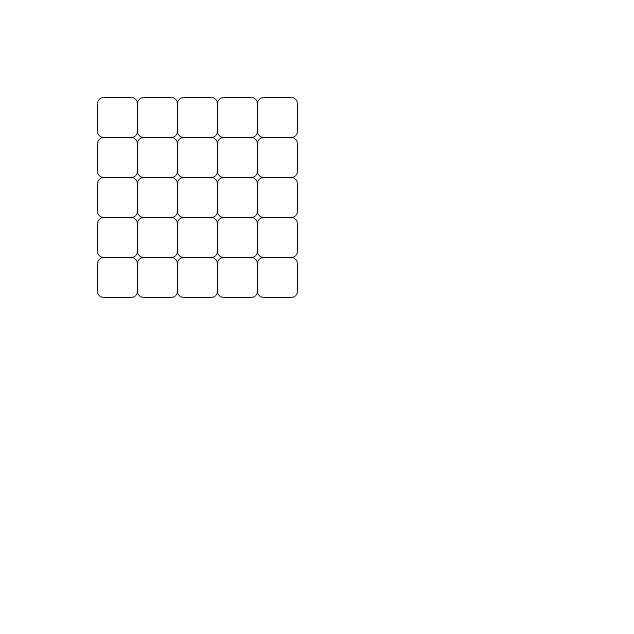
The draw.io diagram page "Problem2_sol1_1" (8 of 13) of AOA_COP5615/project/aoa.drawio in bakerston/Algorithm, before the edit. Source tidied: cells renumbered, new cells numbered last; positions are measured from the earlier drawing's top-left corner, leaving out a move shared by most shapes. Both pictures are drawn from the tidied source at 100%, with x=0, y=0 at pixel (97, 97).
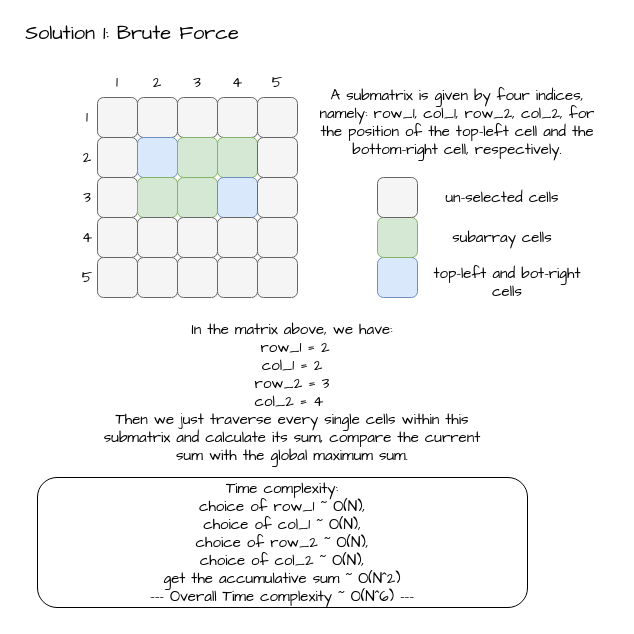
Above is the later version.

Diff of the diagram source:
```diff
@@
+    <mxCell id="27" style="rounded=0;whiteSpace=wrap;html=1;fontFamily=Comic Sans MS;fontSize=15;fillColor=default;strokeColor=none;" parent="1" vertex="1">
+      <mxGeometry x="-80" y="-80" width="600" height="600" as="geometry" />
+    </mxCell>
-    <mxCell id="2" style="rounded=1;whiteSpace=wrap;html=1;fontFamily=Comic Sans MS;fontSize=15;fontColor=#000000;fillColor=none;" parent="1" vertex="1">
+    <mxCell id="2" style="rounded=1;whiteSpace=wrap;html=1;fontFamily=Comic Sans MS;fontSize=15;fontColor=#333333;fillColor=#f5f5f5;strokeColor=#666666;" parent="1" vertex="1">
       <mxGeometry width="40" height="40" as="geometry" />
     </mxCell>
-    <mxCell id="3" style="rounded=1;whiteSpace=wrap;html=1;fontFamily=Comic Sans MS;fontSize=15;fontColor=#000000;fillColor=none;" parent="1" vertex="1">
+    <mxCell id="3" style="rounded=1;whiteSpace=wrap;html=1;fontFamily=Comic Sans MS;fontSize=15;fontColor=#333333;fillColor=#f5f5f5;strokeColor=#666666;" parent="1" vertex="1">
       <mxGeometry x="40" width="40" height="40" as="geometry" />
     </mxCell>
-    <mxCell id="4" style="rounded=1;whiteSpace=wrap;html=1;fontFamily=Comic Sans MS;fontSize=15;fontColor=#000000;fillColor=none;" parent="1" vertex="1">
+    <mxCell id="4" style="rounded=1;whiteSpace=wrap;html=1;fontFamily=Comic Sans MS;fontSize=15;fontColor=#333333;fillColor=#f5f5f5;strokeColor=#666666;" parent="1" vertex="1">
       <mxGeometry x="80" width="40" height="40" as="geometry" />
     </mxCell>
-    <mxCell id="5" style="rounded=1;whiteSpace=wrap;html=1;fontFamily=Comic Sans MS;fontSize=15;fontColor=#000000;fillColor=none;" parent="1" vertex="1">
+    <mxCell id="5" style="rounded=1;whiteSpace=wrap;html=1;fontFamily=Comic Sans MS;fontSize=15;fontColor=#333333;fillColor=#f5f5f5;strokeColor=#666666;" parent="1" vertex="1">
       <mxGeometry x="120" width="40" height="40" as="geometry" />
     </mxCell>
-    <mxCell id="6" style="rounded=1;whiteSpace=wrap;html=1;fontFamily=Comic Sans MS;fontSize=15;fontColor=#000000;fillColor=none;" parent="1" vertex="1">
+    <mxCell id="6" style="rounded=1;whiteSpace=wrap;html=1;fontFamily=Comic Sans MS;fontSize=15;fontColor=#333333;fillColor=#f5f5f5;strokeColor=#666666;" parent="1" vertex="1">
       <mxGeometry x="160" width="40" height="40" as="geometry" />
     </mxCell>
-    <mxCell id="7" style="rounded=1;whiteSpace=wrap;html=1;fontFamily=Comic Sans MS;fontSize=15;fontColor=#000000;fillColor=none;" parent="1" vertex="1">
+    <mxCell id="7" style="rounded=1;whiteSpace=wrap;html=1;fontFamily=Comic Sans MS;fontSize=15;fontColor=#333333;fillColor=#f5f5f5;strokeColor=#666666;" parent="1" vertex="1">
       <mxGeometry y="40" width="40" height="40" as="geometry" />
     </mxCell>
-    <mxCell id="8" style="rounded=1;whiteSpace=wrap;html=1;fontFamily=Comic Sans MS;fontSize=15;fontColor=#000000;fillColor=none;" parent="1" vertex="1">
+    <mxCell id="8" style="rounded=1;whiteSpace=wrap;html=1;fontFamily=Comic Sans MS;fontSize=15;fillColor=#dae8fc;strokeColor=#6c8ebf;" parent="1" vertex="1">
       <mxGeometry x="40" y="40" width="40" height="40" as="geometry" />
     </mxCell>
-    <mxCell id="9" style="rounded=1;whiteSpace=wrap;html=1;fontFamily=Comic Sans MS;fontSize=15;fontColor=#000000;fillColor=none;" parent="1" vertex="1">
+    <mxCell id="9" style="rounded=1;whiteSpace=wrap;html=1;fontFamily=Comic Sans MS;fontSize=15;fillColor=#d5e8d4;strokeColor=#82b366;" parent="1" vertex="1">
       <mxGeometry x="80" y="40" width="40" height="40" as="geometry" />
     </mxCell>
-    <mxCell id="10" style="rounded=1;whiteSpace=wrap;html=1;fontFamily=Comic Sans MS;fontSize=15;fontColor=#000000;fillColor=none;" parent="1" vertex="1">
+    <mxCell id="10" style="rounded=1;whiteSpace=wrap;html=1;fontFamily=Comic Sans MS;fontSize=15;fillColor=#d5e8d4;strokeColor=#82b366;" parent="1" vertex="1">
       <mxGeometry x="120" y="40" width="40" height="40" as="geometry" />
     </mxCell>
-    <mxCell id="11" style="rounded=1;whiteSpace=wrap;html=1;fontFamily=Comic Sans MS;fontSize=15;fontColor=#000000;fillColor=none;" parent="1" vertex="1">
+    <mxCell id="11" style="rounded=1;whiteSpace=wrap;html=1;fontFamily=Comic Sans MS;fontSize=15;fontColor=#333333;fillColor=#f5f5f5;strokeColor=#666666;" parent="1" vertex="1">
       <mxGeometry x="160" y="40" width="40" height="40" as="geometry" />
     </mxCell>
-    <mxCell id="12" style="rounded=1;whiteSpace=wrap;html=1;fontFamily=Comic Sans MS;fontSize=15;fontColor=#000000;fillColor=none;" parent="1" vertex="1">
+    <mxCell id="12" style="rounded=1;whiteSpace=wrap;html=1;fontFamily=Comic Sans MS;fontSize=15;fontColor=#333333;fillColor=#f5f5f5;strokeColor=#666666;" parent="1" vertex="1">
       <mxGeometry y="80" width="40" height="40" as="geometry" />
     </mxCell>
-    <mxCell id="13" style="rounded=1;whiteSpace=wrap;html=1;fontFamily=Comic Sans MS;fontSize=15;fontColor=#000000;fillColor=none;" parent="1" vertex="1">
+    <mxCell id="13" style="rounded=1;whiteSpace=wrap;html=1;fontFamily=Comic Sans MS;fontSize=15;fillColor=#d5e8d4;strokeColor=#82b366;" parent="1" vertex="1">
       <mxGeometry x="40" y="80" width="40" height="40" as="geometry" />
     </mxCell>
-    <mxCell id="14" style="rounded=1;whiteSpace=wrap;html=1;fontFamily=Comic Sans MS;fontSize=15;fontColor=#000000;fillColor=none;" parent="1" vertex="1">
+    <mxCell id="14" style="rounded=1;whiteSpace=wrap;html=1;fontFamily=Comic Sans MS;fontSize=15;fillColor=#d5e8d4;strokeColor=#82b366;" parent="1" vertex="1">
       <mxGeometry x="80" y="80" width="40" height="40" as="geometry" />
     </mxCell>
-    <mxCell id="15" style="rounded=1;whiteSpace=wrap;html=1;fontFamily=Comic Sans MS;fontSize=15;fontColor=#000000;fillColor=none;" parent="1" vertex="1">
+    <mxCell id="15" style="rounded=1;whiteSpace=wrap;html=1;fontFamily=Comic Sans MS;fontSize=15;fillColor=#dae8fc;strokeColor=#6c8ebf;" parent="1" vertex="1">
       <mxGeometry x="120" y="80" width="40" height="40" as="geometry" />
     </mxCell>
-    <mxCell id="16" style="rounded=1;whiteSpace=wrap;html=1;fontFamily=Comic Sans MS;fontSize=15;fontColor=#000000;fillColor=none;" parent="1" vertex="1">
+    <mxCell id="16" style="rounded=1;whiteSpace=wrap;html=1;fontFamily=Comic Sans MS;fontSize=15;fontColor=#333333;fillColor=#f5f5f5;strokeColor=#666666;" parent="1" vertex="1">
       <mxGeometry x="160" y="80" width="40" height="40" as="geometry" />
     </mxCell>
-    <mxCell id="17" style="rounded=1;whiteSpace=wrap;html=1;fontFamily=Comic Sans MS;fontSize=15;fontColor=#000000;fillColor=none;" parent="1" vertex="1">
+    <mxCell id="17" style="rounded=1;whiteSpace=wrap;html=1;fontFamily=Comic Sans MS;fontSize=15;fontColor=#333333;fillColor=#f5f5f5;strokeColor=#666666;" parent="1" vertex="1">
       <mxGeometry y="120" width="40" height="40" as="geometry" />
     </mxCell>
-    <mxCell id="18" style="rounded=1;whiteSpace=wrap;html=1;fontFamily=Comic Sans MS;fontSize=15;fontColor=#000000;fillColor=none;" parent="1" vertex="1">
+    <mxCell id="18" style="rounded=1;whiteSpace=wrap;html=1;fontFamily=Comic Sans MS;fontSize=15;fontColor=#333333;fillColor=#f5f5f5;strokeColor=#666666;" parent="1" vertex="1">
       <mxGeometry x="40" y="120" width="40" height="40" as="geometry" />
     </mxCell>
-    <mxCell id="19" style="rounded=1;whiteSpace=wrap;html=1;fontFamily=Comic Sans MS;fontSize=15;fontColor=#000000;fillColor=none;" parent="1" vertex="1">
+    <mxCell id="19" style="rounded=1;whiteSpace=wrap;html=1;fontFamily=Comic Sans MS;fontSize=15;fontColor=#333333;fillColor=#f5f5f5;strokeColor=#666666;" parent="1" vertex="1">
       <mxGeometry x="80" y="120" width="40" height="40" as="geometry" />
     </mxCell>
-    <mxCell id="20" style="rounded=1;whiteSpace=wrap;html=1;fontFamily=Comic Sans MS;fontSize=15;fontColor=#000000;fillColor=none;" parent="1" vertex="1">
+    <mxCell id="20" style="rounded=1;whiteSpace=wrap;html=1;fontFamily=Comic Sans MS;fontSize=15;fontColor=#333333;fillColor=#f5f5f5;strokeColor=#666666;" parent="1" vertex="1">
       <mxGeometry x="120" y="120" width="40" height="40" as="geometry" />
     </mxCell>
-    <mxCell id="21" style="rounded=1;whiteSpace=wrap;html=1;fontFamily=Comic Sans MS;fontSize=15;fontColor=#000000;fillColor=none;" parent="1" vertex="1">
+    <mxCell id="21" style="rounded=1;whiteSpace=wrap;html=1;fontFamily=Comic Sans MS;fontSize=15;fontColor=#333333;fillColor=#f5f5f5;strokeColor=#666666;" parent="1" vertex="1">
       <mxGeometry x="160" y="120" width="40" height="40" as="geometry" />
     </mxCell>
-    <mxCell id="22" style="rounded=1;whiteSpace=wrap;html=1;fontFamily=Comic Sans MS;fontSize=15;fontColor=#000000;fillColor=none;" parent="1" vertex="1">
+    <mxCell id="22" style="rounded=1;whiteSpace=wrap;html=1;fontFamily=Comic Sans MS;fontSize=15;fontColor=#333333;fillColor=#f5f5f5;strokeColor=#666666;" parent="1" vertex="1">
       <mxGeometry y="160" width="40" height="40" as="geometry" />
     </mxCell>
-    <mxCell id="23" style="rounded=1;whiteSpace=wrap;html=1;fontFamily=Comic Sans MS;fontSize=15;fontColor=#000000;fillColor=none;" parent="1" vertex="1">
+    <mxCell id="23" style="rounded=1;whiteSpace=wrap;html=1;fontFamily=Comic Sans MS;fontSize=15;fontColor=#333333;fillColor=#f5f5f5;strokeColor=#666666;" parent="1" vertex="1">
       <mxGeometry x="40" y="160" width="40" height="40" as="geometry" />
     </mxCell>
-    <mxCell id="24" style="rounded=1;whiteSpace=wrap;html=1;fontFamily=Comic Sans MS;fontSize=15;fontColor=#000000;fillColor=none;" parent="1" vertex="1">
+    <mxCell id="24" style="rounded=1;whiteSpace=wrap;html=1;fontFamily=Comic Sans MS;fontSize=15;fontColor=#333333;fillColor=#f5f5f5;strokeColor=#666666;" parent="1" vertex="1">
       <mxGeometry x="80" y="160" width="40" height="40" as="geometry" />
     </mxCell>
-    <mxCell id="25" style="rounded=1;whiteSpace=wrap;html=1;fontFamily=Comic Sans MS;fontSize=15;fontColor=#000000;fillColor=none;" parent="1" vertex="1">
+    <mxCell id="25" style="rounded=1;whiteSpace=wrap;html=1;fontFamily=Comic Sans MS;fontSize=15;fontColor=#333333;fillColor=#f5f5f5;strokeColor=#666666;" parent="1" vertex="1">
       <mxGeometry x="120" y="160" width="40" height="40" as="geometry" />
     </mxCell>
-    <mxCell id="26" style="rounded=1;whiteSpace=wrap;html=1;fontFamily=Comic Sans MS;fontSize=15;fontColor=#000000;fillColor=none;" parent="1" vertex="1">
+    <mxCell id="26" style="rounded=1;whiteSpace=wrap;html=1;fontFamily=Comic Sans MS;fontSize=15;fontColor=#333333;fillColor=#f5f5f5;strokeColor=#666666;" parent="1" vertex="1">
       <mxGeometry x="160" y="160" width="40" height="40" as="geometry" />
     </mxCell>
+    <mxCell id="28" value="Solution 1: Brute Force" style="text;html=1;strokeColor=none;fillColor=none;align=center;verticalAlign=middle;whiteSpace=wrap;rounded=0;fontFamily=Comic Sans MS;fontSize=20;" parent="1" vertex="1">
+      <mxGeometry x="-80" y="-80" width="230" height="30" as="geometry" />
+    </mxCell>
+    <mxCell id="29" value="&lt;span style=&quot;font-size: 15px&quot;&gt;A submatrix is given by four indices, namely: row_1, col_1, row_2, col_2, for the position of the top-left cell and the bottom-right cell, respectively.&lt;/span&gt;" style="text;html=1;strokeColor=none;fillColor=none;align=center;verticalAlign=middle;whiteSpace=wrap;rounded=0;fontFamily=Comic Sans MS;" parent="1" vertex="1">
+      <mxGeometry x="210" y="-10" width="300" height="70" as="geometry" />
+    </mxCell>
+    <mxCell id="30" value="1" style="text;html=1;strokeColor=none;fillColor=none;align=center;verticalAlign=middle;whiteSpace=wrap;rounded=0;fontFamily=Comic Sans MS;fontSize=15;" parent="1" vertex="1">
+      <mxGeometry x="10" y="-30" width="20" height="30" as="geometry" />
+    </mxCell>
+    <mxCell id="31" value="2" style="text;html=1;strokeColor=none;fillColor=none;align=center;verticalAlign=middle;whiteSpace=wrap;rounded=0;fontFamily=Comic Sans MS;fontSize=15;" parent="1" vertex="1">
+      <mxGeometry x="-20" y="45" width="20" height="30" as="geometry" />
+    </mxCell>
+    <mxCell id="32" value="4" style="text;html=1;strokeColor=none;fillColor=none;align=center;verticalAlign=middle;whiteSpace=wrap;rounded=0;fontFamily=Comic Sans MS;fontSize=15;" parent="1" vertex="1">
+      <mxGeometry x="130" y="-30" width="20" height="30" as="geometry" />
+    </mxCell>
+    <mxCell id="33" value="3" style="text;html=1;strokeColor=none;fillColor=none;align=center;verticalAlign=middle;whiteSpace=wrap;rounded=0;fontFamily=Comic Sans MS;fontSize=15;" parent="1" vertex="1">
+      <mxGeometry x="90" y="-30" width="20" height="30" as="geometry" />
+    </mxCell>
+    <mxCell id="34" value="5" style="text;html=1;strokeColor=none;fillColor=none;align=center;verticalAlign=middle;whiteSpace=wrap;rounded=0;fontFamily=Comic Sans MS;fontSize=15;" parent="1" vertex="1">
+      <mxGeometry x="170" y="-30" width="20" height="30" as="geometry" />
+    </mxCell>
+    <mxCell id="35" value="1" style="text;html=1;strokeColor=none;fillColor=none;align=center;verticalAlign=middle;whiteSpace=wrap;rounded=0;fontFamily=Comic Sans MS;fontSize=15;" parent="1" vertex="1">
+      <mxGeometry x="-20" y="5" width="20" height="30" as="geometry" />
+    </mxCell>
+    <mxCell id="36" value="2" style="text;html=1;strokeColor=none;fillColor=none;align=center;verticalAlign=middle;whiteSpace=wrap;rounded=0;fontFamily=Comic Sans MS;fontSize=15;" parent="1" vertex="1">
+      <mxGeometry x="50" y="-30" width="20" height="30" as="geometry" />
+    </mxCell>
+    <mxCell id="37" value="4" style="text;html=1;strokeColor=none;fillColor=none;align=center;verticalAlign=middle;whiteSpace=wrap;rounded=0;fontFamily=Comic Sans MS;fontSize=15;" parent="1" vertex="1">
+      <mxGeometry x="-20" y="125" width="20" height="30" as="geometry" />
+    </mxCell>
+    <mxCell id="38" value="3" style="text;html=1;strokeColor=none;fillColor=none;align=center;verticalAlign=middle;whiteSpace=wrap;rounded=0;fontFamily=Comic Sans MS;fontSize=15;" parent="1" vertex="1">
+      <mxGeometry x="-20" y="85" width="20" height="30" as="geometry" />
+    </mxCell>
+    <mxCell id="39" value="5" style="text;html=1;strokeColor=none;fillColor=none;align=center;verticalAlign=middle;whiteSpace=wrap;rounded=0;fontFamily=Comic Sans MS;fontSize=15;" parent="1" vertex="1">
+      <mxGeometry x="-20" y="165" width="20" height="30" as="geometry" />
+    </mxCell>
+    <mxCell id="40" style="rounded=1;whiteSpace=wrap;html=1;fontFamily=Comic Sans MS;fontSize=15;fillColor=#dae8fc;strokeColor=#6c8ebf;" parent="1" vertex="1">
+      <mxGeometry x="280" y="160" width="40" height="40" as="geometry" />
+    </mxCell>
+    <mxCell id="41" style="rounded=1;whiteSpace=wrap;html=1;fontFamily=Comic Sans MS;fontSize=15;fillColor=#d5e8d4;strokeColor=#82b366;" parent="1" vertex="1">
+      <mxGeometry x="280" y="120" width="40" height="40" as="geometry" />
+    </mxCell>
+    <mxCell id="42" style="rounded=1;whiteSpace=wrap;html=1;fontFamily=Comic Sans MS;fontSize=15;fillColor=#f5f5f5;strokeColor=#666666;fontColor=#333333;" parent="1" vertex="1">
+      <mxGeometry x="280" y="80" width="40" height="40" as="geometry" />
+    </mxCell>
+    <mxCell id="43" value="subarray cells" style="text;html=1;strokeColor=none;fillColor=none;align=center;verticalAlign=middle;whiteSpace=wrap;rounded=0;fontFamily=Comic Sans MS;fontSize=15;" parent="1" vertex="1">
+      <mxGeometry x="340" y="125" width="130" height="30" as="geometry" />
+    </mxCell>
+    <mxCell id="44" value="un-selected cells" style="text;html=1;strokeColor=none;fillColor=none;align=center;verticalAlign=middle;whiteSpace=wrap;rounded=0;fontFamily=Comic Sans MS;fontSize=15;" parent="1" vertex="1">
+      <mxGeometry x="340" y="85" width="130" height="30" as="geometry" />
+    </mxCell>
+    <mxCell id="45" value="top-left and bot-right cells" style="text;html=1;strokeColor=none;fillColor=none;align=center;verticalAlign=middle;whiteSpace=wrap;rounded=0;fontFamily=Comic Sans MS;fontSize=15;" parent="1" vertex="1">
+      <mxGeometry x="330" y="170" width="160" height="30" as="geometry" />
+    </mxCell>
+    <mxCell id="46" value="In the matrix above, we have:&lt;br&gt;&lt;div&gt;&lt;span&gt;&amp;nbsp;row_1 = 2&lt;/span&gt;&lt;/div&gt;&lt;div&gt;&lt;span&gt;col_1 = 2&lt;/span&gt;&lt;/div&gt;&lt;div&gt;&lt;span&gt;row_2 = 3&lt;/span&gt;&lt;/div&gt;&lt;div&gt;&lt;span&gt;col_2 = 4&amp;nbsp;&lt;/span&gt;&lt;/div&gt;&lt;div&gt;&lt;span&gt;Then we just traverse every single cells within this submatrix and calculate its sum, compare the current sum with the global maximum sum.&lt;/span&gt;&lt;/div&gt;" style="text;html=1;strokeColor=none;fillColor=none;align=center;verticalAlign=middle;whiteSpace=wrap;rounded=0;fontFamily=Comic Sans MS;fontSize=15;" parent="1" vertex="1">
+      <mxGeometry x="-10" y="250" width="410" height="90" as="geometry" />
+    </mxCell>
+    <mxCell id="47" value="&lt;font style=&quot;font-size: 15px&quot;&gt;Time complexity:&lt;br style=&quot;font-size: 15px&quot;&gt;choice of row_1 ~ O(N),&lt;br&gt;choice of col_1 ~ O(N),&lt;br style=&quot;font-size: 15px&quot;&gt;choice of row_2 ~ O(N),&lt;br&gt;choice of col_2 ~ O(N),&lt;br style=&quot;font-size: 15px&quot;&gt;get the accumulative sum ~ O(N^2)&lt;br style=&quot;font-size: 15px&quot;&gt;--- Overall Time complexity ~ O(N^6) ---&lt;/font&gt;" style="rounded=1;whiteSpace=wrap;html=1;fontFamily=Comic Sans MS;fontSize=15;fillColor=none;" parent="1" vertex="1">
+      <mxGeometry x="-60" y="380" width="490" height="130" as="geometry" />
+    </mxCell>
```
